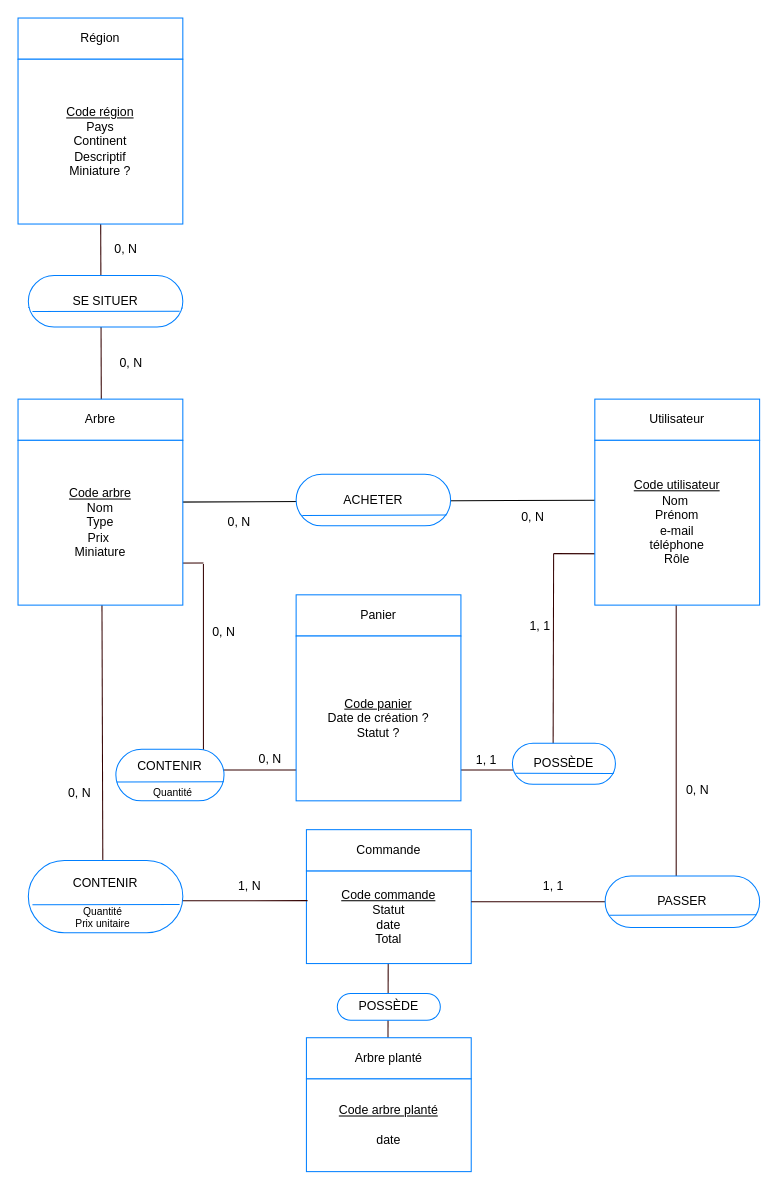
This is conception/MCD.drawio from ChloeGarciaMillerand/GreenRoots_Freyja, a draw.io file, before an edit. Source tidied: cells renumbered, new cells numbered last; positions are measured from the earlier drawing's top-left corner, leaving out a move shared by most shapes. Both pictures are drawn from the tidied source at 103%, with x=0, y=0 at pixel (18, 18).
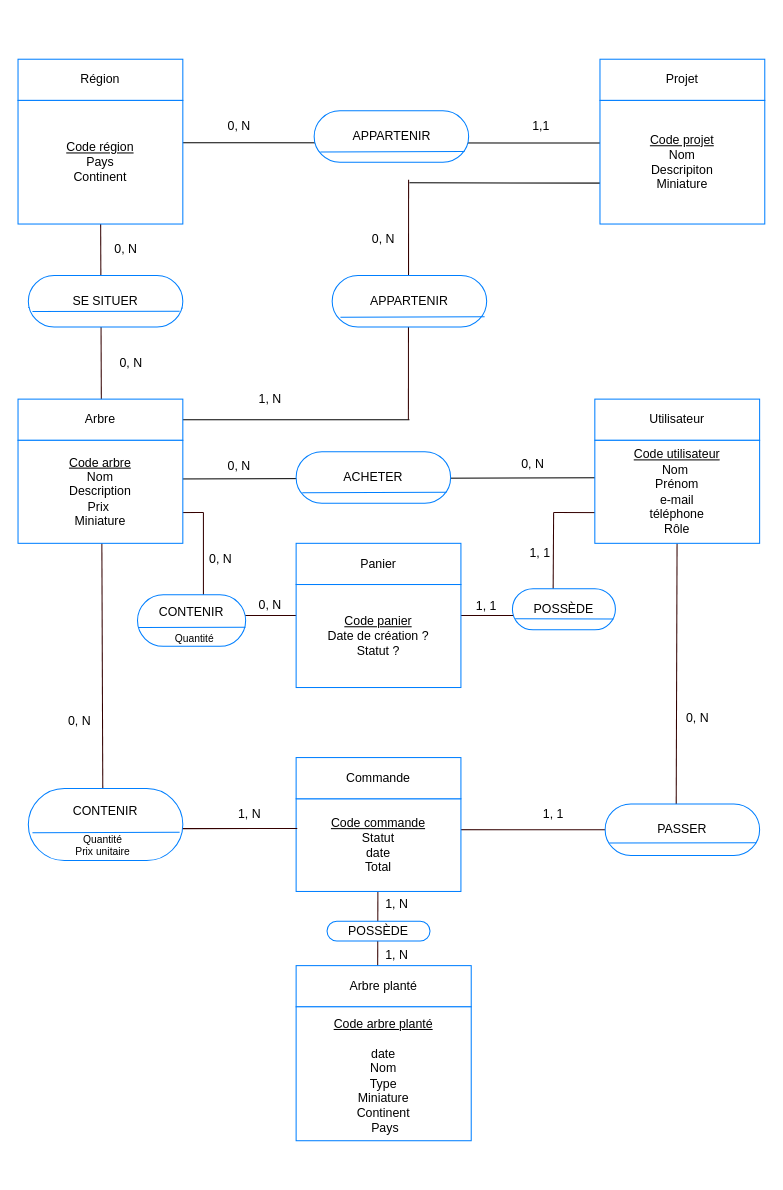
The same page after the edit.

Commit message (it also covers changes not shown here):
add project entity to MCD

Diff of the diagram source:
```diff
@@
+    <mxCell id="55" style="endArrow=none;html=1;exitX=-0.019;exitY=0.344;exitDx=0;exitDy=0;exitPerimeter=0;" parent="1" edge="1">
+      <mxGeometry relative="1" as="geometry">
+        <mxPoint x="613" y="160.3" as="sourcePoint" />
+        <mxPoint x="380" y="160" as="targetPoint" />
+      </mxGeometry>
+    </mxCell>
+    <mxCell id="56" style="endArrow=none;html=1;" parent="1" edge="1">
+      <mxGeometry relative="1" as="geometry">
+        <mxPoint x="380" y="390" as="sourcePoint" />
+        <mxPoint x="30" y="390" as="targetPoint" />
+      </mxGeometry>
+    </mxCell>
+    <mxCell id="57" style="endArrow=none;html=1;entryX=0.875;entryY=0.375;entryDx=0;entryDy=0;entryPerimeter=0;exitX=-0.019;exitY=0.344;exitDx=0;exitDy=0;exitPerimeter=0;" parent="1" edge="1">
+      <mxGeometry relative="1" as="geometry">
+        <mxPoint x="602" y="121.3" as="sourcePoint" />
+        <mxPoint x="71.5" y="121" as="targetPoint" />
+      </mxGeometry>
+    </mxCell>
+    <mxCell id="21" style="endArrow=none;html=1;strokeColor=#330000;labelBorderColor=#330000;exitX=0.5;exitY=0.333;exitDx=0;exitDy=0;exitPerimeter=0;" parent="1" edge="1" source="19">
+      <mxGeometry relative="1" as="geometry">
+        <mxPoint x="640" y="788" as="targetPoint" />
+      </mxGeometry>
+    </mxCell>
     <mxCell id="2" style="endArrow=none;html=1;strokeColor=#330000;entryX=0.395;entryY=0.15;entryDx=0;entryDy=0;entryPerimeter=0;" parent="1" edge="1">
       <mxGeometry relative="1" as="geometry">
-        <mxPoint x="359.5" y="873" as="sourcePoint" />
-        <mxPoint x="359" y="1063" as="targetPoint" />
+        <mxPoint x="349.5" y="803" as="sourcePoint" />
+        <mxPoint x="349" y="993" as="targetPoint" />
       </mxGeometry>
     </mxCell>
-    <mxCell id="3" style="endArrow=none;html=1;strokeColor=#330000;" parent="1" edge="1">
+    <mxCell id="3" style="endArrow=none;html=1;strokeColor=#330000;entryX=1;entryY=0.75;entryDx=0;entryDy=0;" parent="1" edge="1">
       <mxGeometry relative="1" as="geometry">
-        <mxPoint x="180" y="530" as="sourcePoint" />
-        <mxPoint x="180" y="740" as="targetPoint" />
+        <mxPoint x="180" y="480" as="sourcePoint" />
+        <mxPoint x="180" y="602.2" as="targetPoint" />
       </mxGeometry>
     </mxCell>
     <mxCell id="4" style="endArrow=none;html=1;strokeColor=#330000;" parent="1" edge="1">
       <mxGeometry relative="1" as="geometry">
-        <mxPoint x="180" y="529" as="sourcePoint" />
-        <mxPoint x="14.5" y="529.5" as="targetPoint" />
+        <mxPoint x="180" y="480" as="sourcePoint" />
+        <mxPoint x="14" y="480.5" as="targetPoint" />
       </mxGeometry>
     </mxCell>
     <mxCell id="5" style="endArrow=none;html=1;strokeColor=#330000;entryX=0.395;entryY=0.15;entryDx=0;entryDy=0;entryPerimeter=0;" parent="1" edge="1" target="45">
       <mxGeometry relative="1" as="geometry">
-        <mxPoint x="520" y="520" as="sourcePoint" />
+        <mxPoint x="520" y="480" as="sourcePoint" />
       </mxGeometry>
     </mxCell>
     <mxCell id="6" style="endArrow=none;html=1;strokeColor=#330000;" parent="1" edge="1">
       <mxGeometry relative="1" as="geometry">
-        <mxPoint x="710.5" y="520.5" as="sourcePoint" />
-        <mxPoint x="520" y="520" as="targetPoint" />
+        <mxPoint x="710.5" y="480.5" as="sourcePoint" />
+        <mxPoint x="520" y="480" as="targetPoint" />
       </mxGeometry>
     </mxCell>
-    <mxCell id="7" style="endArrow=none;html=1;strokeColor=#330000;labelBorderColor=#330000;exitX=0.46;exitY=0.1;exitDx=0;exitDy=0;exitPerimeter=0;" parent="1" edge="1" source="22">
-      <mxGeometry relative="1" as="geometry">
-        <mxPoint x="639" y="570" as="targetPoint" />
-      </mxGeometry>
+    <mxCell id="7" style="endArrow=none;html=1;strokeColor=#330000;labelBorderColor=#330000;exitX=0.46;exitY=0.1;exitDx=0;exitDy=0;exitPerimeter=0;" parent="1" edge="1" source="22" target="14">
+      <mxGeometry relative="1" as="geometry" />
     </mxCell>
@@
     <mxCell id="10" style="endArrow=none;html=1;strokeColor=#330000;" parent="1" edge="1">
       <mxGeometry relative="1" as="geometry">
-        <mxPoint x="140" y="730" as="sourcePoint" />
-        <mxPoint x="500" y="730" as="targetPoint" />
+        <mxPoint x="140" y="580" as="sourcePoint" />
+        <mxPoint x="500" y="580" as="targetPoint" />
       </mxGeometry>
     </mxCell>
@@
-    <mxCell id="12" value="&lt;u&gt;Code arbre&lt;br&gt;&lt;/u&gt;Nom&lt;br&gt;Type&lt;br&gt;Prix&amp;nbsp;&lt;br&gt;Miniature" style="rounded=0;whiteSpace=wrap;html=1;strokeColor=#007FFF;" parent="1" vertex="1">
-      <mxGeometry y="410" width="160" height="160" as="geometry" />
+    <mxCell id="12" value="&lt;u&gt;Code arbre&lt;br&gt;&lt;/u&gt;Nom&lt;br&gt;Description&lt;br&gt;Prix&amp;nbsp;&lt;br&gt;Miniature" style="rounded=0;whiteSpace=wrap;html=1;strokeColor=#007FFF;" parent="1" vertex="1">
+      <mxGeometry y="410" width="160" height="100" as="geometry" />
     </mxCell>
@@
     <mxCell id="14" value="&lt;u&gt;Code utilisateur&lt;br&gt;&lt;/u&gt;Nom&amp;nbsp;&lt;br&gt;Prénom&lt;br&gt;e-mail&lt;br&gt;téléphone&lt;br&gt;Rôle" style="rounded=0;whiteSpace=wrap;html=1;strokeColor=#007FFF;" parent="1" vertex="1">
-      <mxGeometry x="560" y="410" width="160" height="160" as="geometry" />
+      <mxGeometry x="560" y="410" width="160" height="100" as="geometry" />
     </mxCell>
     <mxCell id="15" value="ACHETER" style="rounded=1;whiteSpace=wrap;html=1;arcSize=50;strokeColor=#007FFF;" parent="1" vertex="1">
-      <mxGeometry x="270" y="443" width="150" height="50" as="geometry" />
+      <mxGeometry x="270" y="421" width="150" height="50" as="geometry" />
     </mxCell>
     <mxCell id="16" style="endArrow=none;html=1;entryX=1;entryY=0.75;entryDx=0;entryDy=0;strokeColor=#007FFF;" parent="1" edge="1">
       <mxGeometry relative="1" as="geometry">
-        <mxPoint x="276" y="483" as="sourcePoint" />
-        <mxPoint x="416" y="482.5" as="targetPoint" />
+        <mxPoint x="276" y="461" as="sourcePoint" />
+        <mxPoint x="416" y="460.5" as="targetPoint" />
       </mxGeometry>
     </mxCell>
     <mxCell id="17" value="0, N" style="rounded=0;whiteSpace=wrap;html=1;labelBorderColor=none;strokeColor=none;fillColor=none;" parent="1" vertex="1">
-      <mxGeometry x="480" y="475" width="40" height="20" as="geometry" />
+      <mxGeometry x="480" y="423" width="40" height="20" as="geometry" />
     </mxCell>
     <mxCell id="18" value="0, N" style="rounded=0;whiteSpace=wrap;html=1;labelBorderColor=none;strokeColor=none;fillColor=none;" parent="1" vertex="1">
-      <mxGeometry x="190" y="475" width="50" height="30" as="geometry" />
+      <mxGeometry x="190" y="420" width="50" height="30" as="geometry" />
     </mxCell>
     <mxCell id="19" value="&lt;u&gt;Code commande&lt;br&gt;&lt;/u&gt;Statut&lt;br&gt;date&lt;br&gt;Total" style="rounded=0;whiteSpace=wrap;html=1;strokeColor=#007FFF;" parent="1" vertex="1">
-      <mxGeometry x="280" y="828" width="160" height="90" as="geometry" />
+      <mxGeometry x="270" y="758" width="160" height="90" as="geometry" />
     </mxCell>
     <mxCell id="20" value="Commande" style="rounded=0;whiteSpace=wrap;html=1;strokeColor=#007FFF;" parent="1" vertex="1">
-      <mxGeometry x="280" y="788" width="160" height="40" as="geometry" />
+      <mxGeometry x="270" y="718" width="160" height="40" as="geometry" />
     </mxCell>
-    <mxCell id="21" style="endArrow=none;html=1;strokeColor=#330000;labelBorderColor=#330000;" parent="1" edge="1">
-      <mxGeometry relative="1" as="geometry">
-        <mxPoint x="440" y="858" as="sourcePoint" />
-        <mxPoint x="640" y="858" as="targetPoint" />
-      </mxGeometry>
-    </mxCell>
     <mxCell id="22" value="PASSER" style="rounded=1;whiteSpace=wrap;html=1;arcSize=50;strokeColor=#007FFF;" parent="1" vertex="1">
-      <mxGeometry x="570" y="833" width="150" height="50" as="geometry" />
+      <mxGeometry x="570" y="763" width="150" height="50" as="geometry" />
     </mxCell>
     <mxCell id="23" style="endArrow=none;html=1;strokeColor=#007FFF;entryX=0.979;entryY=0.753;entryDx=0;entryDy=0;entryPerimeter=0;" parent="1" edge="1" target="22">
       <mxGeometry relative="1" as="geometry">
-        <mxPoint x="574" y="871" as="sourcePoint" />
+        <mxPoint x="574" y="801" as="sourcePoint" />
       </mxGeometry>
     </mxCell>
     <mxCell id="24" value="CONTENIR" style="rounded=1;whiteSpace=wrap;html=1;arcSize=50;strokeColor=#007FFF;labelPosition=center;verticalLabelPosition=top;align=center;verticalAlign=bottom;spacing=0;spacingTop=0;spacingBottom=-29;" parent="1" vertex="1">
-      <mxGeometry x="10" y="818" width="150" height="70" as="geometry" />
+      <mxGeometry x="10" y="748" width="150" height="70" as="geometry" />
     </mxCell>
     <mxCell id="25" style="endArrow=none;html=1;strokeColor=#330000;labelBorderColor=#330000;entryX=0.007;entryY=0.321;entryDx=0;entryDy=0;entryPerimeter=0;" parent="1" edge="1" target="19">
       <mxGeometry relative="1" as="geometry">
-        <mxPoint x="160" y="857" as="sourcePoint" />
+        <mxPoint x="160" y="787" as="sourcePoint" />
       </mxGeometry>
     </mxCell>
     <mxCell id="26" value="1, 1" style="rounded=0;whiteSpace=wrap;html=1;labelBorderColor=none;strokeColor=none;fillColor=none;" parent="1" vertex="1">
-      <mxGeometry x="485" y="833" width="70" height="20" as="geometry" />
+      <mxGeometry x="485" y="763" width="70" height="20" as="geometry" />
     </mxCell>
     <mxCell id="27" value="0, N" style="rounded=0;whiteSpace=wrap;html=1;labelBorderColor=none;strokeColor=none;fillColor=none;" parent="1" vertex="1">
-      <mxGeometry x="600" y="720" width="120" height="60" as="geometry" />
+      <mxGeometry x="600" y="650" width="120" height="60" as="geometry" />
     </mxCell>
     <mxCell id="28" value="0, N" style="rounded=0;whiteSpace=wrap;html=1;labelBorderColor=none;strokeColor=none;fillColor=none;" parent="1" vertex="1">
-      <mxGeometry y="722.5" width="120" height="60" as="geometry" />
+      <mxGeometry y="652.5" width="120" height="60" as="geometry" />
     </mxCell>
     <mxCell id="29" value="1, N" style="rounded=0;whiteSpace=wrap;html=1;labelBorderColor=none;strokeColor=none;fillColor=none;" parent="1" vertex="1">
-      <mxGeometry x="210" y="833" width="30" height="20" as="geometry" />
+      <mxGeometry x="210" y="763" width="30" height="20" as="geometry" />
     </mxCell>
     <mxCell id="30" value="Région" style="rounded=0;whiteSpace=wrap;html=1;strokeColor=#007FFF;" parent="1" vertex="1">
-      <mxGeometry width="160" height="40" as="geometry" />
+      <mxGeometry y="40" width="160" height="40" as="geometry" />
     </mxCell>
-    <mxCell id="31" value="&lt;u&gt;Code région&lt;br&gt;&lt;/u&gt;Pays&lt;br&gt;Continent&lt;br&gt;Descriptif&lt;br&gt;Miniature ?" style="rounded=0;whiteSpace=wrap;html=1;strokeColor=#007FFF;" parent="1" vertex="1">
-      <mxGeometry y="40" width="160" height="160" as="geometry" />
+    <mxCell id="31" value="&lt;u&gt;Code région&lt;br&gt;&lt;/u&gt;Pays&lt;br&gt;Continent&lt;br&gt;" style="rounded=0;whiteSpace=wrap;html=1;strokeColor=#007FFF;" parent="1" vertex="1">
+      <mxGeometry y="80" width="160" height="120" as="geometry" />
     </mxCell>
@@
     <mxCell id="36" value="Panier" style="rounded=0;whiteSpace=wrap;html=1;strokeColor=#007FFF;" parent="1" vertex="1">
-      <mxGeometry x="270" y="560" width="160" height="40" as="geometry" />
+      <mxGeometry x="270" y="510" width="160" height="40" as="geometry" />
     </mxCell>
     <mxCell id="37" value="&lt;u&gt;Code panier&lt;br&gt;&lt;/u&gt;Date de création ?&lt;br&gt;Statut ?" style="rounded=0;whiteSpace=wrap;html=1;strokeColor=#007FFF;" parent="1" vertex="1">
-      <mxGeometry x="270" y="600" width="160" height="160" as="geometry" />
+      <mxGeometry x="270" y="550" width="160" height="100" as="geometry" />
     </mxCell>
     <mxCell id="38" value="CONTENIR" style="rounded=1;whiteSpace=wrap;html=1;arcSize=50;strokeColor=#007FFF;spacingBottom=16;" parent="1" vertex="1">
-      <mxGeometry x="95" y="710" width="105" height="50" as="geometry" />
+      <mxGeometry x="116" y="560" width="105" height="50" as="geometry" />
     </mxCell>
@@
     <mxCell id="40" value="0, N" style="rounded=0;whiteSpace=wrap;html=1;labelBorderColor=none;strokeColor=none;fillColor=none;" parent="1" vertex="1">
-      <mxGeometry x="230" y="715" width="30" height="10" as="geometry" />
+      <mxGeometry x="230" y="565" width="30" height="10" as="geometry" />
     </mxCell>
     <mxCell id="41" value="0, N" style="rounded=0;whiteSpace=wrap;html=1;labelBorderColor=none;strokeColor=none;fillColor=none;" parent="1" vertex="1">
-      <mxGeometry x="185" y="590" width="30" height="12" as="geometry" />
+      <mxGeometry x="182" y="520" width="30" height="12" as="geometry" />
     </mxCell>
     <mxCell id="42" value="1, 1" style="rounded=0;whiteSpace=wrap;html=1;labelBorderColor=none;strokeColor=none;fillColor=none;" parent="1" vertex="1">
-      <mxGeometry x="440" y="720" width="30" as="geometry" />
+      <mxGeometry x="440" y="570" width="30" as="geometry" />
     </mxCell>
     <mxCell id="43" value="1, 1" style="rounded=0;whiteSpace=wrap;html=1;labelBorderColor=none;strokeColor=none;fillColor=none;" parent="1" vertex="1">
-      <mxGeometry x="482" y="590" width="50" as="geometry" />
+      <mxGeometry x="482" y="519" width="50" as="geometry" />
     </mxCell>
@@
     <mxCell id="45" value="POSSÈDE" style="rounded=1;whiteSpace=wrap;html=1;arcSize=50;strokeColor=#007FFF;" parent="1" vertex="1">
-      <mxGeometry x="480" y="704" width="100" height="40" as="geometry" />
+      <mxGeometry x="480" y="554" width="100" height="40" as="geometry" />
     </mxCell>
@@
     <mxCell id="47" style="endArrow=none;html=1;strokeColor=#007FFF;entryX=0.979;entryY=0.753;entryDx=0;entryDy=0;entryPerimeter=0;" parent="1" edge="1">
       <mxGeometry relative="1" as="geometry">
-        <mxPoint x="14" y="861" as="sourcePoint" />
-        <mxPoint x="156.9" y="860.6" as="targetPoint" />
+        <mxPoint x="14" y="791" as="sourcePoint" />
+        <mxPoint x="156.9" y="790.6" as="targetPoint" />
       </mxGeometry>
     </mxCell>
@@
     <mxCell id="49" value="Quantité&lt;br style=&quot;font-size: 10px;&quot;&gt;Prix unitaire" style="rounded=0;whiteSpace=wrap;html=1;strokeColor=none;fillColor=none;fontSize=10;" parent="1" vertex="1">
-      <mxGeometry x="35" y="858" width="95" height="30" as="geometry" />
+      <mxGeometry x="35" y="788" width="95" height="30" as="geometry" />
     </mxCell>
     <mxCell id="50" value="Arbre planté" style="rounded=0;whiteSpace=wrap;html=1;strokeColor=#007FFF;" parent="1" vertex="1">
-      <mxGeometry x="280" y="990" width="160" height="40" as="geometry" />
+      <mxGeometry x="270" y="920" width="170" height="40" as="geometry" />
     </mxCell>
-    <mxCell id="51" value="&lt;u&gt;Code arbre planté&lt;br&gt;&lt;/u&gt;&lt;br&gt;date&lt;br&gt;" style="rounded=0;whiteSpace=wrap;html=1;strokeColor=#007FFF;" parent="1" vertex="1">
-      <mxGeometry x="280" y="1030" width="160" height="90" as="geometry" />
+    <mxCell id="51" value="&lt;u&gt;Code arbre planté&lt;br&gt;&lt;/u&gt;&lt;br&gt;date&lt;br&gt;Nom&lt;br&gt;Type&lt;br&gt;Miniature&lt;br&gt;Continent&lt;br&gt;&amp;nbsp;Pays" style="rounded=0;whiteSpace=wrap;html=1;strokeColor=#007FFF;spacing=0;spacingBottom=-4;" parent="1" vertex="1">
+      <mxGeometry x="270" y="960" width="170" height="130" as="geometry" />
     </mxCell>
     <mxCell id="52" value="Quantité&lt;br style=&quot;font-size: 10px&quot;&gt;" style="rounded=0;whiteSpace=wrap;html=1;strokeColor=none;fillColor=none;fontSize=10;" parent="1" vertex="1">
-      <mxGeometry x="117.5" y="744" width="65" height="15" as="geometry" />
+      <mxGeometry x="138.5" y="594" width="65" height="15" as="geometry" />
     </mxCell>
@@
     <mxCell id="54" value="POSSÈDE" style="rounded=1;whiteSpace=wrap;html=1;arcSize=50;strokeColor=#007FFF;" parent="1" vertex="1">
-      <mxGeometry x="310" y="947" width="100" height="26" as="geometry" />
+      <mxGeometry x="300" y="877" width="100" height="19" as="geometry" />
     </mxCell>
+    <mxCell id="58" value="1, N" style="rounded=0;whiteSpace=wrap;html=1;labelBorderColor=none;strokeColor=none;fillColor=none;" parent="1" vertex="1">
+      <mxGeometry x="332.5" y="900" width="70" height="20" as="geometry" />
+    </mxCell>
+    <mxCell id="59" value="1, N" style="rounded=0;whiteSpace=wrap;html=1;labelBorderColor=none;strokeColor=none;fillColor=none;" parent="1" vertex="1">
+      <mxGeometry x="332.5" y="851" width="70" height="20" as="geometry" />
+    </mxCell>
+    <mxCell id="60" value="Projet" style="rounded=0;whiteSpace=wrap;html=1;strokeColor=#007FFF;" parent="1" vertex="1">
+      <mxGeometry x="565" y="40" width="160" height="40" as="geometry" />
+    </mxCell>
+    <mxCell id="61" value="&lt;u&gt;Code projet&lt;br&gt;&lt;/u&gt;Nom&lt;br&gt;Descripiton&lt;br&gt;Miniature" style="rounded=0;whiteSpace=wrap;html=1;strokeColor=#007FFF;" parent="1" vertex="1">
+      <mxGeometry x="565" y="80" width="160" height="120" as="geometry" />
+    </mxCell>
+    <mxCell id="62" value="APPARTENIR" style="rounded=1;whiteSpace=wrap;html=1;arcSize=50;strokeColor=#007FFF;" parent="1" vertex="1">
+      <mxGeometry x="287.5" y="90" width="150" height="50" as="geometry" />
+    </mxCell>
+    <mxCell id="63" style="endArrow=none;html=1;entryX=1;entryY=0.75;entryDx=0;entryDy=0;strokeColor=#007FFF;" parent="1" edge="1">
+      <mxGeometry relative="1" as="geometry">
+        <mxPoint x="293.5" y="130" as="sourcePoint" />
+        <mxPoint x="433.5" y="129.5" as="targetPoint" />
+      </mxGeometry>
+    </mxCell>
+    <mxCell id="64" style="endArrow=none;html=1;strokeColor=#330000;labelBorderColor=#330000;" parent="1" edge="1">
+      <mxGeometry relative="1" as="geometry">
+        <mxPoint x="379" y="390" as="sourcePoint" />
+        <mxPoint x="379.2" y="157" as="targetPoint" />
+      </mxGeometry>
+    </mxCell>
+    <mxCell id="65" value="APPARTENIR" style="rounded=1;whiteSpace=wrap;html=1;arcSize=50;strokeColor=#007FFF;" parent="1" vertex="1">
+      <mxGeometry x="305" y="250" width="150" height="50" as="geometry" />
+    </mxCell>
+    <mxCell id="66" value="1, N" style="rounded=0;whiteSpace=wrap;html=1;labelBorderColor=none;strokeColor=none;fillColor=none;" parent="1" vertex="1">
+      <mxGeometry x="230" y="360" width="30" height="20" as="geometry" />
+    </mxCell>
+    <mxCell id="67" value="0, N" style="rounded=0;whiteSpace=wrap;html=1;labelBorderColor=none;strokeColor=none;fillColor=none;" parent="1" vertex="1">
+      <mxGeometry x="340" y="205" width="30" height="20" as="geometry" />
+    </mxCell>
+    <mxCell id="68" value="1,1" style="rounded=0;whiteSpace=wrap;html=1;labelBorderColor=none;strokeColor=none;fillColor=none;" parent="1" vertex="1">
+      <mxGeometry x="492.5" y="95" width="30" height="20" as="geometry" />
+    </mxCell>
+    <mxCell id="69" value="0, N" style="rounded=0;whiteSpace=wrap;html=1;labelBorderColor=none;strokeColor=none;fillColor=none;" parent="1" vertex="1">
+      <mxGeometry x="200" y="95" width="30" height="20" as="geometry" />
+    </mxCell>
+    <mxCell id="70" style="endArrow=none;html=1;entryX=1;entryY=0.75;entryDx=0;entryDy=0;strokeColor=#007FFF;" parent="1" edge="1">
+      <mxGeometry relative="1" as="geometry">
+        <mxPoint x="313" y="290.5" as="sourcePoint" />
+        <mxPoint x="453" y="290" as="targetPoint" />
+      </mxGeometry>
+    </mxCell>
```
